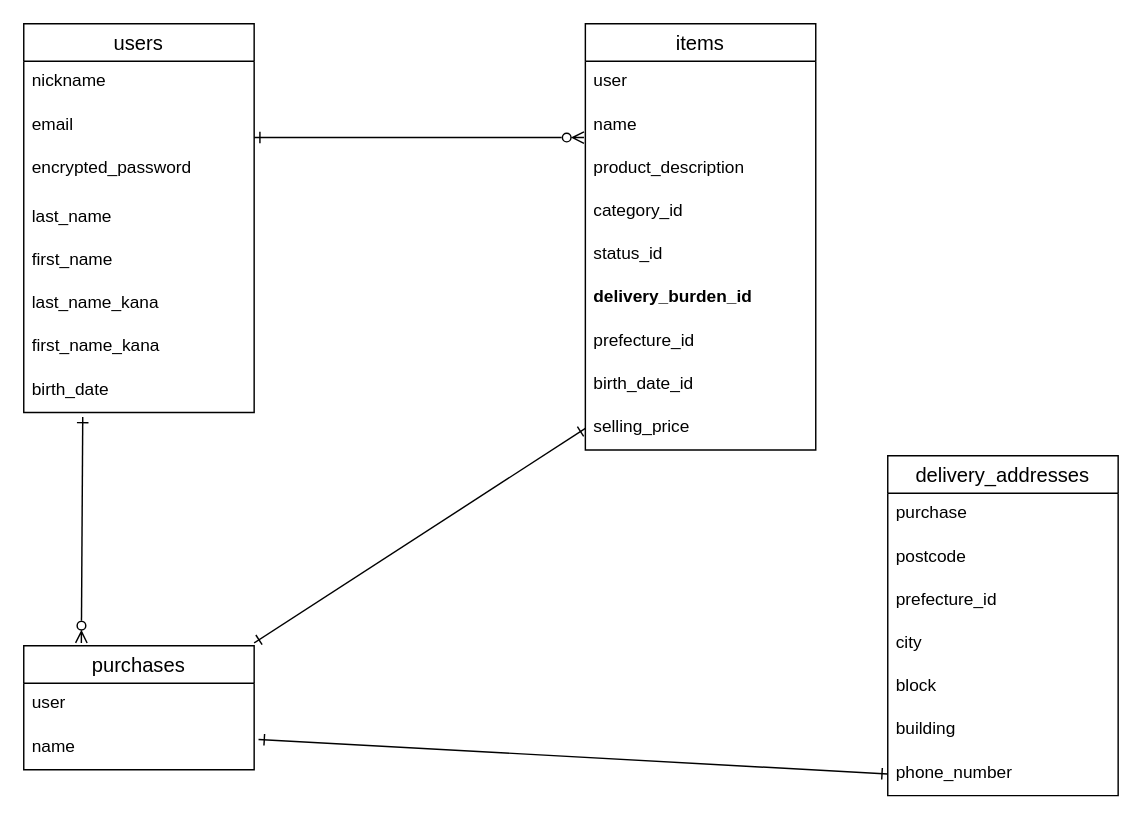
koma0427/furima-38932 keeps this draw.io diagram as test.dio. Above is the earlier version. Source tidied: cells renumbered, new cells numbered last; positions are measured from the earlier drawing's top-left corner, leaving out a move shared by most shapes. Both pictures are drawn from the tidied source at 144%, with x=0, y=0 at pixel (23, 23).
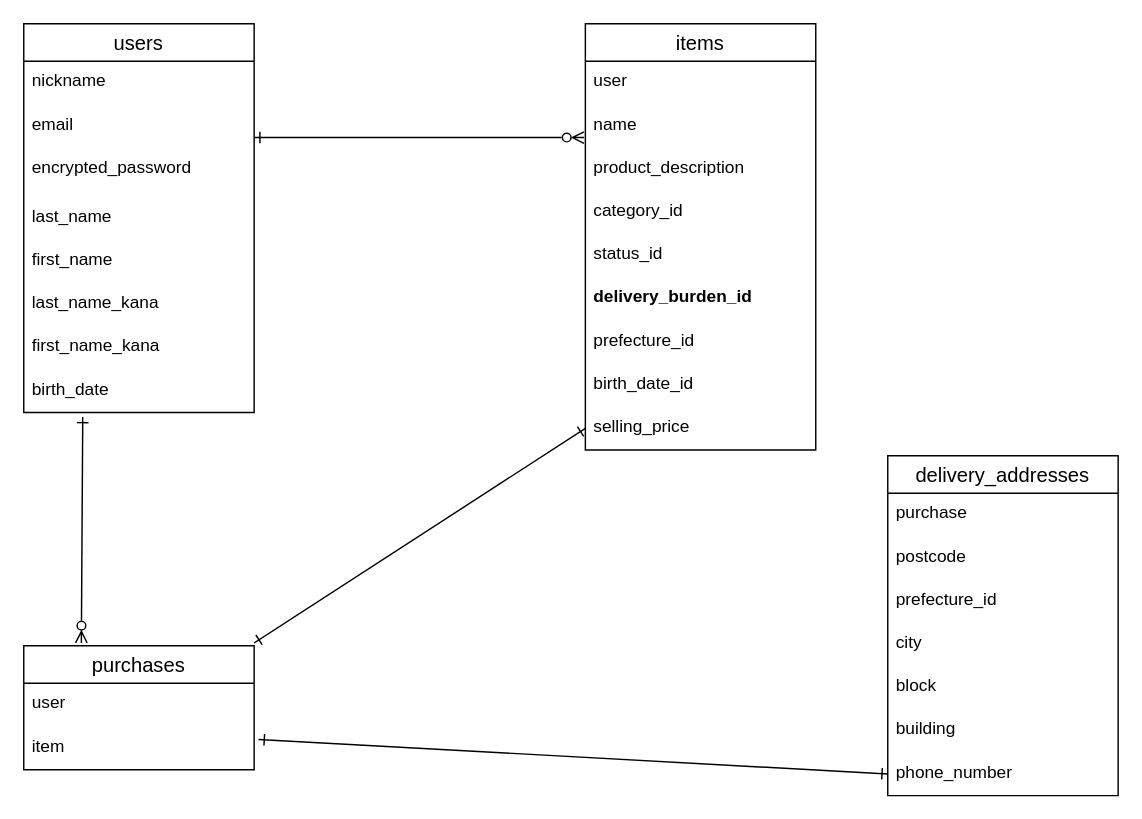
The same diagram, later.

Commit message:
データベース修正２

The change refers to these unchanged cells:
```xml
<mxCell id="19" value="purchases" style="swimlane;fontStyle=0;horizontal=1;startSize=26;align=center;fontSize=14;" parent="1" vertex="1">
  <mxGeometry y="432" width="160" height="86" as="geometry" />
</mxCell>
```

The edit, as a diff of the source:
```diff
@@
-    <mxCell id="21" value="name&#10;" style="text;strokeColor=none;fillColor=none;spacingLeft=4;spacingRight=4;overflow=hidden;points=[[0,0.5],[1,0.5]];portConstraint=eastwest;fontSize=12;" parent="19" vertex="1">
+    <mxCell id="21" value="item" style="text;strokeColor=none;fillColor=none;spacingLeft=4;spacingRight=4;overflow=hidden;points=[[0,0.5],[1,0.5]];portConstraint=eastwest;fontSize=12;" parent="19" vertex="1">
       <mxGeometry y="56" width="160" height="30" as="geometry" />
     </mxCell>
```
